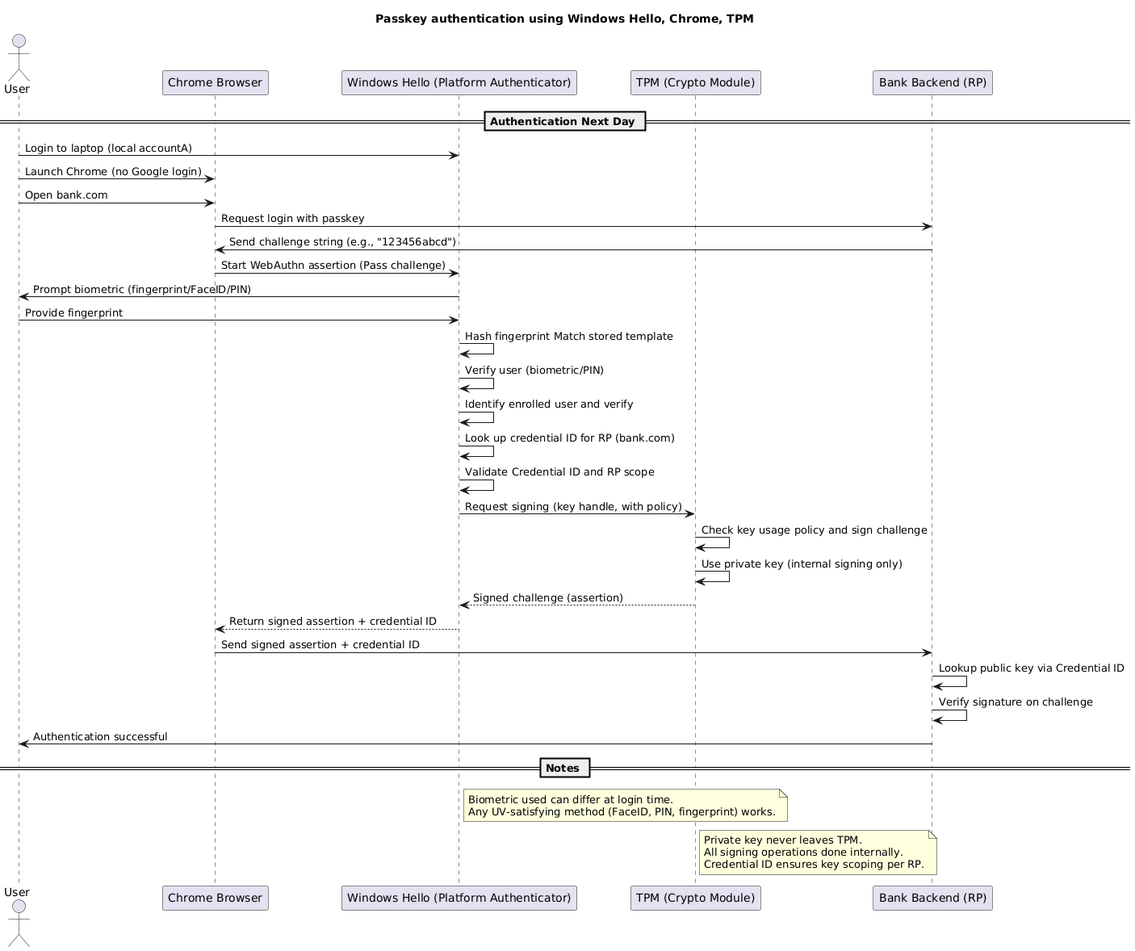
This is IMG/PasskeyAuthentication.png from spatelsuy/spatelsuy.github.io, a PlantUML export, as it was before one commit. Source of this version:
```plantuml
@startuml
title Passkey authentication using Windows Hello, Chrome, TPM
actor User
participant "Chrome Browser" as Chrome
participant "Windows Hello (Platform Authenticator)" as Hello
participant "TPM (Crypto Module)" as TPM
participant "Bank Backend (RP)" as Bank
== Authentication Next Day ==
User -> Hello : Login to laptop (local accountA)
User -> Chrome : Launch Chrome (no Google login)
User -> Chrome : Open bank.com
Chrome -> Bank : Request login with passkey
Bank -> Chrome : Send challenge string (e.g., "123456abcd")

Chrome -> Hello : Start WebAuthn assertion (Pass challenge)
Hello -> User : Prompt biometric (fingerprint/FaceID/PIN)
User -> Hello : Provide fingerprint

Hello -> Hello : Hash fingerprint Match stored template
Hello -> Hello : Verify user (biometric/PIN)
Hello -> Hello : Identify enrolled user and verify
Hello -> Hello : Look up credential ID for RP (bank.com)
Hello -> Hello : Validate Credential ID and RP scope
Hello -> TPM : Request signing (key handle, with policy)
TPM -> TPM : Check key usage policy and sign challenge
TPM -> TPM : Use private key (internal signing only)
TPM --> Hello : Signed challenge (assertion)

Hello --> Chrome : Return signed assertion + credential ID
Chrome -> Bank : Send signed assertion + credential ID
Bank -> Bank : Lookup public key via Credential ID
Bank -> Bank : Verify signature on challenge
Bank -> User : Authentication successful

== Notes ==

note right of Hello
Biometric used can differ at login time.
Any UV-satisfying method (FaceID, PIN, fingerprint) works.
end note

note right of TPM
Private key never leaves TPM.
All signing operations done internally.
Credential ID ensures key scoping per RP.
end note
@enduml
```
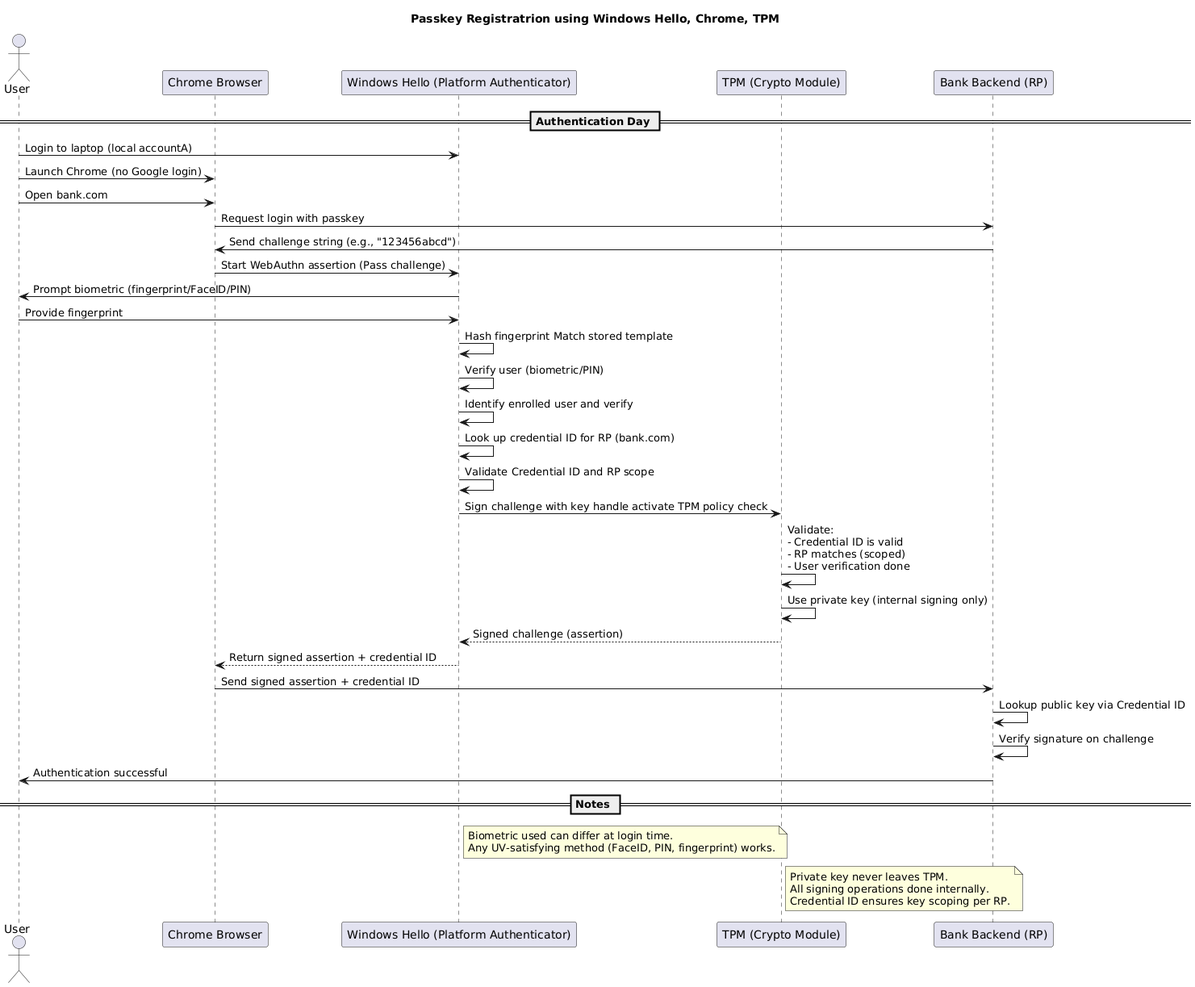
After the change.

What changed in the source:
```diff
@@ -1,11 +1,12 @@
 @startuml
-title Passkey authentication using Windows Hello, Chrome, TPM
+title Passkey Registratrion using Windows Hello, Chrome, TPM
 actor User
 participant "Chrome Browser" as Chrome
 participant "Windows Hello (Platform Authenticator)" as Hello
 participant "TPM (Crypto Module)" as TPM
 participant "Bank Backend (RP)" as Bank
-== Authentication Next Day ==
+
+== Authentication Day ==
 User -> Hello : Login to laptop (local accountA)
 User -> Chrome : Launch Chrome (no Google login)
 User -> Chrome : Open bank.com
@@ -21,8 +22,11 @@
 Hello -> Hello : Identify enrolled user and verify
 Hello -> Hello : Look up credential ID for RP (bank.com)
 Hello -> Hello : Validate Credential ID and RP scope
-Hello -> TPM : Request signing (key handle, with policy)
-TPM -> TPM : Check key usage policy and sign challenge
+
+Hello -> TPM : Sign challenge with key handle activate TPM policy check
+
+TPM -> TPM : Validate:\n- Credential ID is valid\n- RP matches (scoped)\n- User verification done
+
 TPM -> TPM : Use private key (internal signing only)
 TPM --> Hello : Signed challenge (assertion)
 
```
